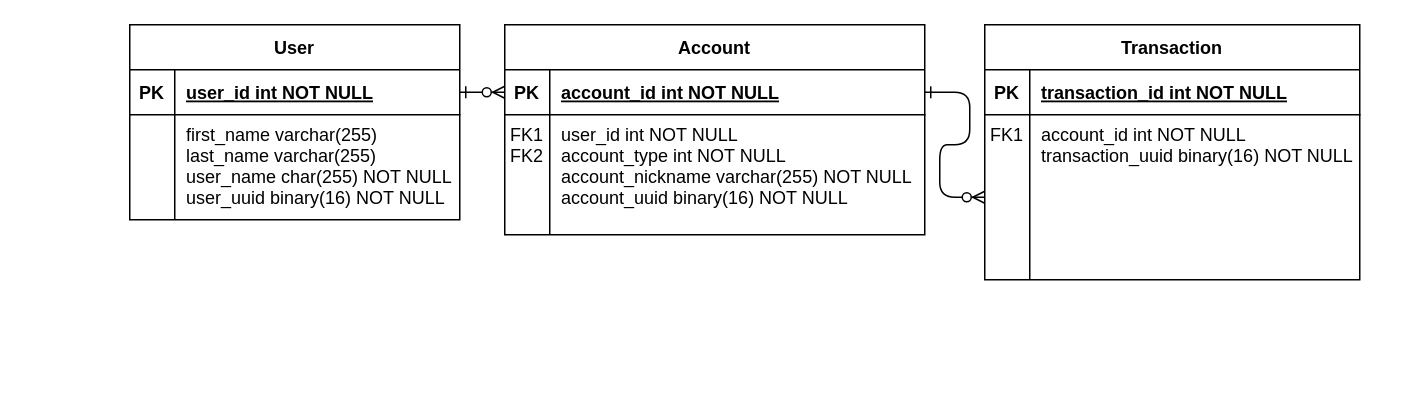
Before: personal-finance.drawio in justinleahy/rust-personal-finances, a draw.io diagram. Source tidied: cells renumbered, new cells numbered last; positions are measured from the earlier drawing's top-left corner, leaving out a move shared by most shapes. Both pictures are drawn from the tidied source at 150%, with x=0, y=0 at pixel (99, 24).
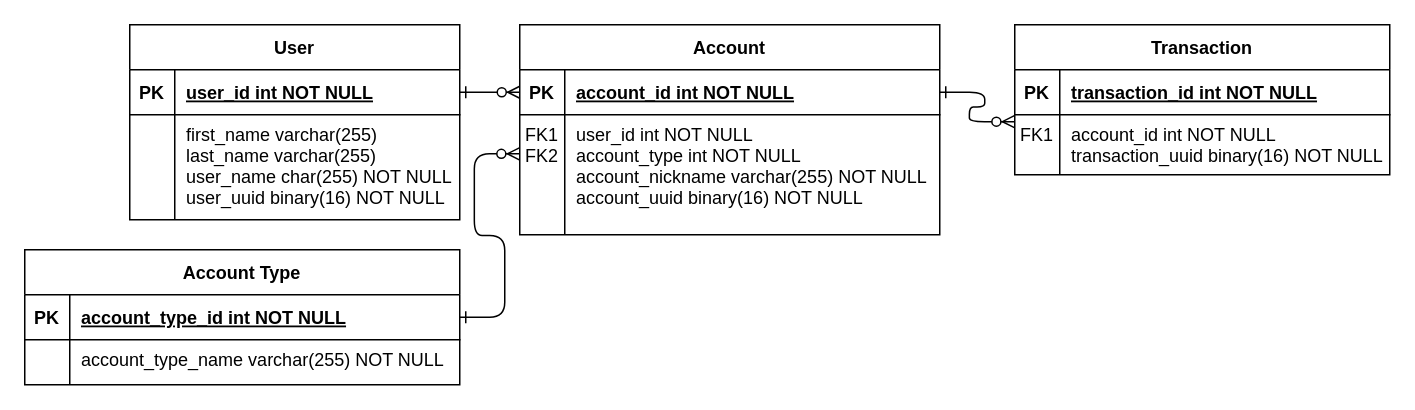
Above is the later version.

Commit message (it also covers changes not shown here):
Added account types to schema

Unchanged cells that the change refers to:
```xml
<mxCell id="5" style="shape=partialRectangle;fillColor=none;points=[[0,0.5],[1,0.5]];portConstraint=eastwest;top=0;left=0;right=0;bottom=1;" parent="4" vertex="1">
  <mxGeometry y="30" width="280" height="30" as="geometry" />
</mxCell>
<mxCell id="8" style="shape=partialRectangle;fillColor=none;points=[[0,0.5],[1,0.5]];portConstraint=eastwest;top=0;left=0;right=0;bottom=0;" parent="4" vertex="1">
  <mxGeometry y="60" width="280" height="80" as="geometry" />
</mxCell>
```

What changed in the source:
```diff
@@
-    <mxCell id="3" style="edgeStyle=entityRelationEdgeStyle;endArrow=ERzeroToMany;startArrow=ERone;endFill=1;startFill=0;entryX=0;entryY=0.5;entryDx=0;entryDy=0;exitX=1;exitY=0.5;exitDx=0;exitDy=0;" parent="1" edge="1" source="5" target="15">
+    <mxCell id="3" style="edgeStyle=entityRelationEdgeStyle;endArrow=ERzeroToMany;startArrow=ERone;endFill=1;startFill=0;entryX=-0.001;entryY=0.115;entryDx=0;entryDy=0;exitX=1;exitY=0.5;exitDx=0;exitDy=0;entryPerimeter=0;" parent="1" edge="1" source="5" target="15">
       <mxGeometry relative="1" as="geometry">
         <Array as="points">
           <mxPoint x="670" y="90" />
           <mxPoint x="330" y="170" />
           <mxPoint x="400" y="160" />
           <mxPoint x="10" y="210" />
           <mxPoint x="150" y="190" />
           <mxPoint x="230" y="170" />
           <mxPoint y="210" />
         </Array>
       </mxGeometry>
     </mxCell>
     <mxCell id="4" value="Account" style="shape=table;startSize=30;childLayout=tableLayout;rowLines=0;fontStyle=1;align=center;" parent="1" vertex="1">
-      <mxGeometry x="270" width="280" height="140" as="geometry" />
+      <mxGeometry x="280" width="280" height="140" as="geometry" />
     </mxCell>
@@
     <mxCell id="11" value="Transaction" style="shape=table;startSize=30;childLayout=tableLayout;rowLines=0;fontStyle=1;align=center;" parent="1" vertex="1">
-      <mxGeometry x="590" width="250" height="170" as="geometry" />
+      <mxGeometry x="610" width="250" height="100" as="geometry" />
     </mxCell>
@@
     <mxCell id="15" style="shape=partialRectangle;fillColor=none;points=[[0,0.5],[1,0.5]];portConstraint=eastwest;top=0;left=0;right=0;bottom=0;" parent="11" vertex="1">
-      <mxGeometry y="60" width="250" height="110" as="geometry" />
+      <mxGeometry y="60" width="250" height="40" as="geometry" />
     </mxCell>
     <mxCell id="16" value="FK1" style="shape=partialRectangle;overflow=hidden;fillColor=none;top=0;left=0;bottom=0;right=0;verticalAlign=top;" parent="15" vertex="1">
-      <mxGeometry width="30" height="110" as="geometry" />
+      <mxGeometry width="30" height="40" as="geometry" />
     </mxCell>
     <mxCell id="17" value="account_id int NOT NULL&#10;transaction_uuid binary(16) NOT NULL&#10;" style="shape=partialRectangle;overflow=hidden;fillColor=none;top=0;left=0;bottom=0;right=0;align=left;spacingLeft=6;verticalAlign=top;" parent="15" vertex="1">
-      <mxGeometry x="30" width="220" height="110" as="geometry" />
+      <mxGeometry x="30" width="220" height="40" as="geometry" />
     </mxCell>
@@
+    <mxCell id="25" value="Account Type" style="shape=table;startSize=30;childLayout=tableLayout;rowLines=0;fontStyle=1;align=center;" parent="1" vertex="1">
+      <mxGeometry x="-50" y="150" width="290" height="90" as="geometry" />
+    </mxCell>
+    <mxCell id="26" style="shape=partialRectangle;fillColor=none;points=[[0,0.5],[1,0.5]];portConstraint=eastwest;top=0;left=0;right=0;bottom=1;" parent="25" vertex="1">
+      <mxGeometry y="30" width="290" height="30" as="geometry" />
+    </mxCell>
+    <mxCell id="27" value="PK" style="shape=partialRectangle;overflow=hidden;fillColor=none;top=0;left=0;bottom=0;right=0;fontStyle=1;" parent="26" vertex="1">
+      <mxGeometry width="30" height="30" as="geometry" />
+    </mxCell>
+    <mxCell id="28" value="account_type_id int NOT NULL" style="shape=partialRectangle;overflow=hidden;fillColor=none;top=0;left=0;bottom=0;right=0;align=left;spacingLeft=6;fontStyle=5;" parent="26" vertex="1">
+      <mxGeometry x="30" width="260" height="30" as="geometry" />
+    </mxCell>
+    <mxCell id="29" style="shape=partialRectangle;fillColor=none;top=0;left=0;right=0;bottom=0;" parent="25" vertex="1">
+      <mxGeometry y="60" width="290" height="30" as="geometry" />
+    </mxCell>
+    <mxCell id="30" style="shape=partialRectangle;overflow=hidden;fillColor=none;top=0;left=0;bottom=0;right=0;" parent="29" vertex="1">
+      <mxGeometry width="30" height="30" as="geometry" />
+    </mxCell>
+    <mxCell id="31" value="account_type_name varchar(255) NOT NULL" style="shape=partialRectangle;overflow=hidden;fillColor=none;top=0;left=0;bottom=0;right=0;align=left;spacingLeft=6;verticalAlign=top;" parent="29" vertex="1">
+      <mxGeometry x="30" width="260" height="30" as="geometry" />
+    </mxCell>
+    <mxCell id="32" style="edgeStyle=entityRelationEdgeStyle;endArrow=ERzeroToMany;startArrow=ERone;endFill=1;startFill=0;entryX=-0.001;entryY=0.326;entryDx=0;entryDy=0;exitX=1;exitY=0.5;exitDx=0;exitDy=0;entryPerimeter=0;" parent="1" edge="1" source="26" target="8">
+      <mxGeometry relative="1" as="geometry">
+        <Array as="points">
+          <mxPoint x="230" y="245" />
+          <mxPoint x="-110" y="325" />
+          <mxPoint x="-40" y="315" />
+          <mxPoint x="260" y="130" />
+          <mxPoint x="-430" y="365" />
+          <mxPoint x="-290" y="345" />
+          <mxPoint x="-210" y="325" />
+          <mxPoint x="-440" y="365" />
+        </Array>
+      </mxGeometry>
+    </mxCell>
```
